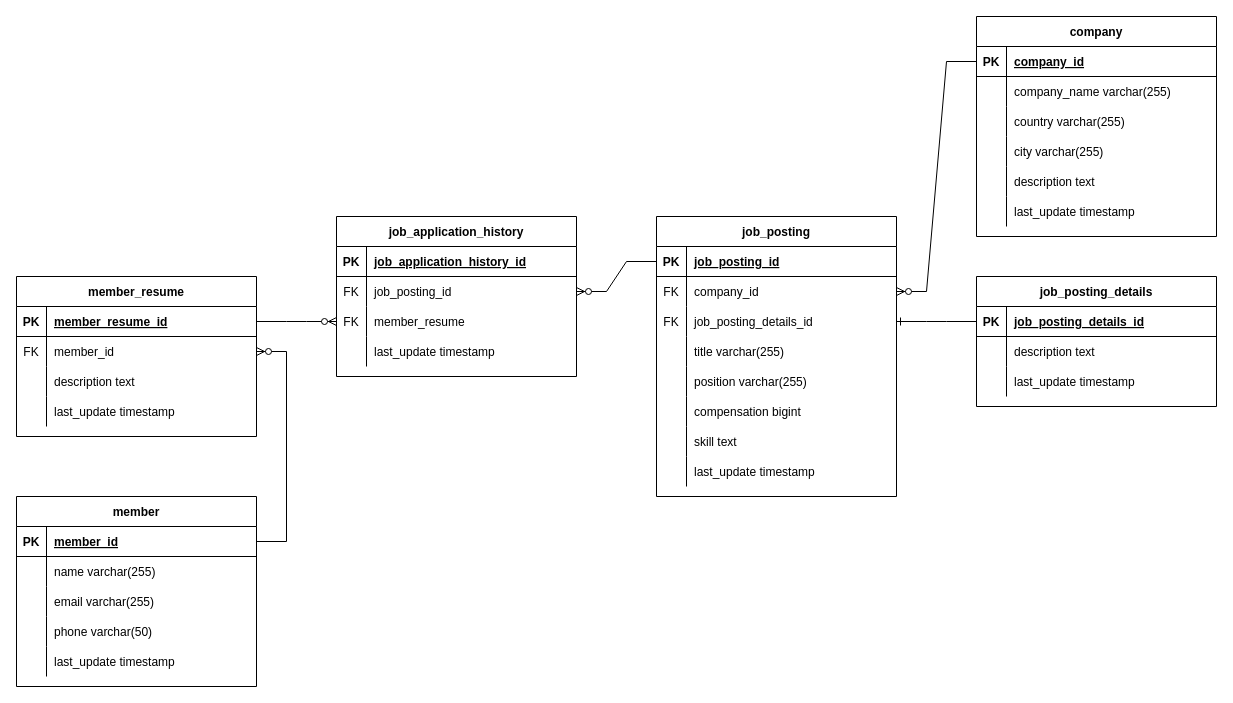
Earlier version of the draw.io diagram document/ERD.drawio (O0oO0Oo/wanted-pre-onboarding-backend). Source tidied: cells renumbered, new cells numbered last; positions are measured from the earlier drawing's top-left corner, leaving out a move shared by most shapes. Both pictures are drawn from the tidied source at 100%, with x=0, y=0 at pixel (16, 16).
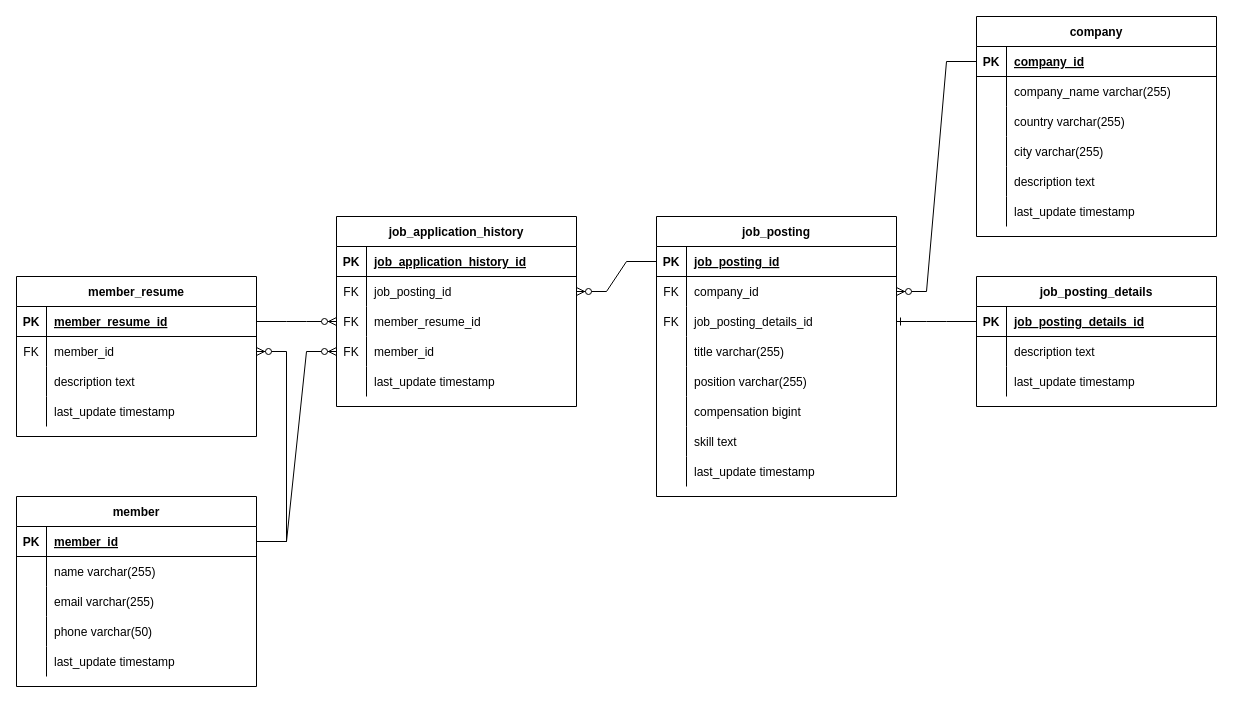
The same page after the edit.

Commit message:
refactor: ERD.drawio 업데이트 지원이력에서 멤버의 Id로 찾을수 있도록 변경

The change refers to these unchanged cells:
```xml
<mxCell id="28" style="shape=partialRectangle;fillColor=none;points=[[0,0.5],[1,0.5]];portConstraint=eastwest;top=0;left=0;right=0;bottom=1;" parent="27" vertex="1">
  <mxGeometry y="30" width="240" height="30" as="geometry" />
</mxCell>
<mxCell id="92" style="shape=partialRectangle;fillColor=none;points=[[0,0.5],[1,0.5]];portConstraint=eastwest;top=0;left=0;right=0;bottom=0;" parent="85" vertex="1">
  <mxGeometry y="90" width="240" height="30" as="geometry" />
</mxCell>
```

What changed in the source:
```diff
@@
     <mxCell id="85" value="job_application_history" style="shape=table;startSize=30;childLayout=tableLayout;rowLines=0;fontStyle=1;align=center;" parent="1" vertex="1">
-      <mxGeometry x="320" y="200" width="240" height="160" as="geometry" />
+      <mxGeometry x="320" y="200" width="240" height="190" as="geometry" />
     </mxCell>
@@
-    <mxCell id="94" value="member_resume" style="shape=partialRectangle;overflow=hidden;fillColor=none;top=0;left=0;bottom=0;right=0;align=left;spacingLeft=6;" parent="92" vertex="1">
+    <mxCell id="94" value="member_resume_id" style="shape=partialRectangle;overflow=hidden;fillColor=none;top=0;left=0;bottom=0;right=0;align=left;spacingLeft=6;" parent="92" vertex="1">
       <mxGeometry x="30" width="210" height="30" as="geometry" />
     </mxCell>
+    <mxCell id="103" style="shape=partialRectangle;fillColor=none;points=[[0,0.5],[1,0.5]];portConstraint=eastwest;top=0;left=0;right=0;bottom=0;" parent="85" vertex="1">
+      <mxGeometry y="120" width="240" height="30" as="geometry" />
+    </mxCell>
+    <mxCell id="104" value="FK" style="shape=partialRectangle;overflow=hidden;fillColor=none;top=0;left=0;bottom=0;right=0;" parent="103" vertex="1">
+      <mxGeometry width="30" height="30" as="geometry" />
+    </mxCell>
+    <mxCell id="105" value="member_id" style="shape=partialRectangle;overflow=hidden;fillColor=none;top=0;left=0;bottom=0;right=0;align=left;spacingLeft=6;" parent="103" vertex="1">
+      <mxGeometry x="30" width="210" height="30" as="geometry" />
+    </mxCell>
     <mxCell id="95" style="shape=partialRectangle;fillColor=none;top=0;left=0;right=0;bottom=0;" parent="85" vertex="1">
-      <mxGeometry y="120" width="240" height="30" as="geometry" />
+      <mxGeometry y="150" width="240" height="30" as="geometry" />
     </mxCell>
@@
+    <mxCell id="106" style="edgeStyle=entityRelationEdgeStyle;fontSize=12;html=1;endArrow=ERzeroToMany;endFill=1;rounded=0;exitX=1;exitY=0.5;exitDx=0;exitDy=0;entryX=0;entryY=0.5;entryDx=0;entryDy=0;" parent="1" edge="1" source="28" target="103">
+      <mxGeometry relative="1" as="geometry" />
+    </mxCell>
```
